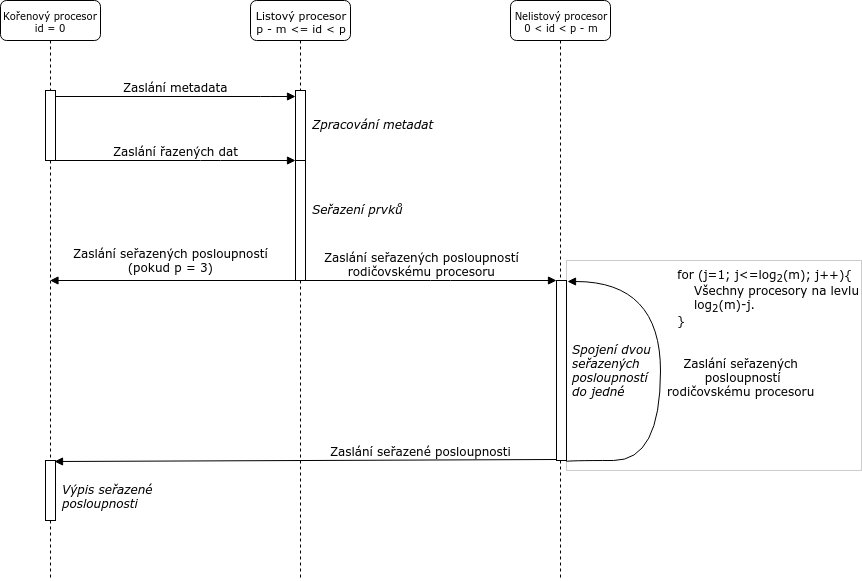
Before: proj1/doc/pics/seq.png, a diagram exported from draw.io (tomasblazek/PRL). Source tidied: cells renumbered, new cells last; positions are measured from the earlier drawing's top-left corner, leaving out a move shared by most shapes. Its diagram source:
```xml
<mxGraphModel background="#ffffff">
  <root>
    <mxCell id="0" />
    <mxCell id="1" parent="0" />
    <mxCell id="2" value="&lt;div style=&quot;text-align: left&quot;&gt;&lt;span&gt;for (j=1; j&amp;lt;=log&lt;/span&gt;&lt;sub&gt;2&lt;/sub&gt;&lt;span&gt;(m); j++){&lt;/span&gt;&lt;/div&gt;&lt;div style=&quot;text-align: left&quot;&gt;&lt;span&gt;&amp;nbsp; &amp;nbsp; Všechny procesory na levlu&lt;/span&gt;&lt;/div&gt;&lt;div style=&quot;text-align: left&quot;&gt;&lt;span&gt;&amp;nbsp; &amp;nbsp; log&lt;/span&gt;&lt;sub&gt;2&lt;/sub&gt;&lt;span&gt;(m)-j.&lt;/span&gt;&lt;/div&gt;&lt;div style=&quot;text-align: left&quot;&gt;&lt;span&gt;}&lt;/span&gt;&lt;/div&gt;" style="rounded=0;whiteSpace=wrap;html=1;verticalAlign=top;align=right;fontFamily=Verdana;rotation=0;shadow=0;comic=0;glass=0;strokeColor=#CCCCCC;" parent="1" vertex="1">
      <mxGeometry x="566" y="260" width="295" height="210" as="geometry" />
    </mxCell>
    <mxCell id="3" value="Listový procesor&lt;br style=&quot;font-size: 11px&quot;&gt;p - m &amp;lt;= id &amp;lt; p&lt;br style=&quot;font-size: 11px&quot;&gt;" style="shape=umlLifeline;perimeter=lifelinePerimeter;whiteSpace=wrap;html=1;rounded=1;shadow=0;comic=0;labelBackgroundColor=none;strokeColor=#000000;strokeWidth=1;fillColor=#FFFFFF;fontFamily=Verdana;fontSize=11;fontColor=#000000;align=center;spacingBottom=7;spacingTop=6;" parent="1" vertex="1">
      <mxGeometry x="250" width="100" height="580" as="geometry" />
    </mxCell>
    <mxCell id="4" style="html=1;points=[];perimeter=orthogonalPerimeter;rounded=0;shadow=0;comic=0;labelBackgroundColor=none;strokeColor=#000000;strokeWidth=1;fillColor=#FFFFFF;fontFamily=Verdana;fontSize=12;fontColor=#000000;align=center;" parent="3" vertex="1">
      <mxGeometry x="45" y="90" width="10" height="70" as="geometry" />
    </mxCell>
    <mxCell id="5" style="html=1;points=[];perimeter=orthogonalPerimeter;rounded=0;shadow=0;comic=0;labelBackgroundColor=none;strokeColor=#000000;strokeWidth=1;fillColor=#FFFFFF;fontFamily=Verdana;fontSize=12;fontColor=#000000;align=center;" parent="3" vertex="1">
      <mxGeometry x="45" y="160" width="10" height="120" as="geometry" />
    </mxCell>
    <mxCell id="6" value="Nelistový procesor&lt;br&gt;0 &amp;lt; id &amp;lt; p - m&lt;br&gt;" style="shape=umlLifeline;perimeter=lifelinePerimeter;whiteSpace=wrap;html=1;rounded=1;shadow=0;comic=0;labelBackgroundColor=none;strokeColor=#000000;strokeWidth=1;fillColor=#FFFFFF;fontFamily=Verdana;fontSize=10;fontColor=#000000;align=center;" parent="1" vertex="1">
      <mxGeometry x="510" width="100" height="580" as="geometry" />
    </mxCell>
    <mxCell id="7" style="html=1;points=[];perimeter=orthogonalPerimeter;rounded=0;shadow=0;comic=0;labelBackgroundColor=none;strokeColor=#000000;strokeWidth=1;fillColor=#FFFFFF;fontFamily=Verdana;fontSize=12;fontColor=#000000;align=center;" parent="6" vertex="1">
      <mxGeometry x="46" y="280" width="10" height="180" as="geometry" />
    </mxCell>
    <mxCell id="8" value="Zaslání seřazených&lt;br&gt;&amp;nbsp;posloupností&lt;br&gt;rodičovskému procesoru" style="html=1;verticalAlign=bottom;endArrow=block;labelBackgroundColor=none;fontFamily=Verdana;fontSize=12;elbow=vertical;edgeStyle=orthogonalEdgeStyle;curved=1;exitX=1.002;exitY=1.003;exitDx=0;exitDy=0;exitPerimeter=0;entryX=1.115;entryY=0.007;entryDx=0;entryDy=0;entryPerimeter=0;" parent="6" edge="1" source="7" target="7">
      <mxGeometry x="-0.16" y="-80" relative="1" as="geometry">
        <Array as="points">
          <mxPoint x="150" y="460" />
          <mxPoint x="150" y="281" />
        </Array>
      </mxGeometry>
    </mxCell>
    <mxCell id="9" value="Kořenový procesor&lt;br style=&quot;font-size: 10px;&quot;&gt;id = 0&lt;br style=&quot;font-size: 10px;&quot;&gt;" style="shape=umlLifeline;perimeter=lifelinePerimeter;whiteSpace=wrap;html=1;outlineConnect=0;rounded=1;shadow=0;comic=0;labelBackgroundColor=none;strokeColor=#000000;strokeWidth=1;fillColor=#FFFFFF;fontFamily=Verdana;fontSize=10;fontColor=#000000;align=center;" parent="1" vertex="1">
      <mxGeometry width="100" height="580" as="geometry" />
    </mxCell>
    <mxCell id="10" style="html=1;points=[];perimeter=orthogonalPerimeter;rounded=0;shadow=0;comic=0;labelBackgroundColor=none;strokeColor=#000000;strokeWidth=1;fillColor=#FFFFFF;fontFamily=Verdana;fontSize=12;fontColor=#000000;align=center;" parent="9" vertex="1">
      <mxGeometry x="45" y="90" width="10" height="70" as="geometry" />
    </mxCell>
    <mxCell id="11" style="html=1;points=[];perimeter=orthogonalPerimeter;rounded=0;shadow=0;comic=0;labelBackgroundColor=none;strokeColor=#000000;strokeWidth=1;fillColor=#FFFFFF;fontFamily=Verdana;fontSize=12;fontColor=#000000;align=center;" parent="9" vertex="1">
      <mxGeometry x="45" y="460" width="10" height="60" as="geometry" />
    </mxCell>
    <mxCell id="12" value="Zaslání seřazených posloupností&lt;br&gt;rodičovskému procesoru&lt;br&gt;" style="html=1;verticalAlign=bottom;endArrow=block;labelBackgroundColor=none;fontFamily=Verdana;fontSize=12;edgeStyle=elbowEdgeStyle;elbow=vertical;exitX=0.257;exitY=0.997;exitDx=0;exitDy=0;exitPerimeter=0;" parent="1" edge="1" source="5" target="7">
      <mxGeometry x="-0.05" relative="1" as="geometry">
        <Array as="points">
          <mxPoint x="440" y="280" />
          <mxPoint x="440" y="290" />
          <mxPoint x="430" y="290" />
          <mxPoint x="350" y="240" />
          <mxPoint x="320" y="190" />
          <mxPoint x="360" y="200" />
          <mxPoint x="327.5" y="140" />
        </Array>
      </mxGeometry>
    </mxCell>
    <mxCell id="13" value="Zaslání seřazené posloupnosti" style="html=1;verticalAlign=bottom;endArrow=block;labelBackgroundColor=none;fontFamily=Verdana;fontSize=12;exitX=-0.027;exitY=0.996;exitDx=0;exitDy=0;exitPerimeter=0;entryX=0.9;entryY=0.014;entryDx=0;entryDy=0;entryPerimeter=0;" parent="1" edge="1" source="7" target="11">
      <mxGeometry x="-0.18" y="-70" relative="1" as="geometry">
        <mxPoint x="70" y="70" as="offset" />
      </mxGeometry>
    </mxCell>
    <mxCell id="14" value="Zaslání metadata" style="html=1;verticalAlign=bottom;endArrow=block;labelBackgroundColor=none;fontFamily=Verdana;fontSize=12;edgeStyle=elbowEdgeStyle;elbow=vertical;" parent="1" edge="1" source="10" target="4">
      <mxGeometry relative="1" as="geometry">
        <Array as="points">
          <mxPoint x="270" y="96" />
        </Array>
      </mxGeometry>
    </mxCell>
    <mxCell id="15" value="Zaslání řazených dat" style="html=1;verticalAlign=bottom;endArrow=block;labelBackgroundColor=none;fontFamily=Verdana;fontSize=12;edgeStyle=elbowEdgeStyle;elbow=vertical;" parent="1" edge="1" source="10">
      <mxGeometry relative="1" as="geometry">
        <mxPoint x="295" y="160" as="targetPoint" />
        <Array as="points">
          <mxPoint x="210" y="160" />
          <mxPoint x="180" y="190" />
        </Array>
      </mxGeometry>
    </mxCell>
    <mxCell id="16" value="Zpracování metadat" style="text;html=1;align=left;verticalAlign=top;spacingTop=-4;fontFamily=Verdana;fontStyle=2;" parent="1" vertex="1">
      <mxGeometry x="310" y="115" width="120" height="20" as="geometry" />
    </mxCell>
    <mxCell id="17" value="Seřazení prvků" style="text;html=1;align=left;verticalAlign=top;spacingTop=-4;fontFamily=Verdana;fontStyle=2;" parent="1" vertex="1">
      <mxGeometry x="310" y="200" width="100" height="20" as="geometry" />
    </mxCell>
    <mxCell id="18" value="&lt;span&gt;Spojení dvou&lt;br&gt;seřazených &lt;br&gt;posloupností&lt;br&gt;do jedné&lt;br&gt;&lt;/span&gt;" style="text;html=1;align=left;verticalAlign=top;spacingTop=-4;fontFamily=Verdana;fontStyle=2;" parent="1" vertex="1">
      <mxGeometry x="570" y="340" width="90" height="60" as="geometry" />
    </mxCell>
    <mxCell id="19" value="Výpis seřazené&lt;br&gt;posloupnosti" style="text;html=1;align=left;verticalAlign=top;spacingTop=-4;fontFamily=Verdana;fontStyle=2;" parent="1" vertex="1">
      <mxGeometry x="60" y="480" width="110" height="30" as="geometry" />
    </mxCell>
    <mxCell id="20" value="Zaslání seřazených posloupností&lt;br&gt;(pokud p = 3)&lt;br&gt;&lt;br&gt;" style="html=1;verticalAlign=bottom;endArrow=block;labelBackgroundColor=none;fontFamily=Verdana;fontSize=12;edgeStyle=elbowEdgeStyle;elbow=vertical;exitX=-0.008;exitY=1.003;exitDx=0;exitDy=0;exitPerimeter=0;" parent="1" edge="1" source="5" target="9">
      <mxGeometry x="0.02" y="10" relative="1" as="geometry" />
    </mxCell>
  </root>
</mxGraphModel>
```
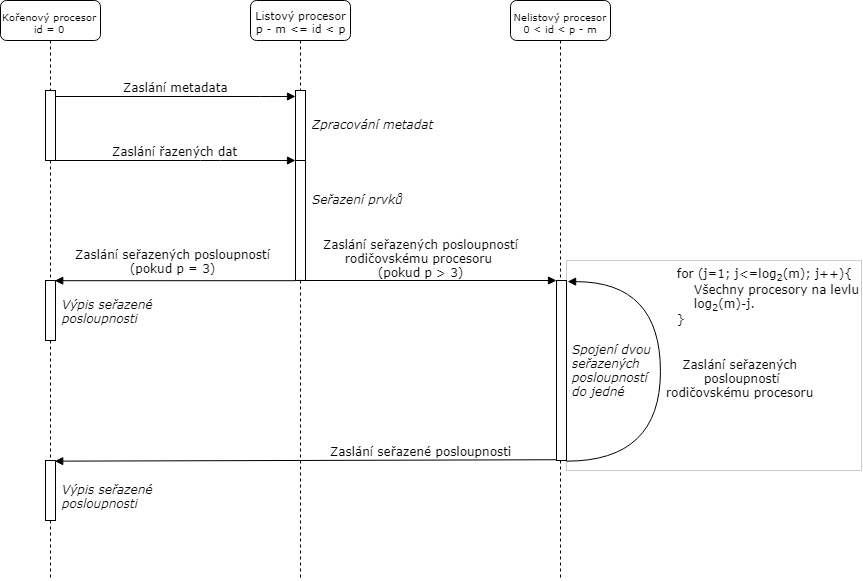
Later version of the same file.

The edit, as a diff of the source:
```diff
@@ -37,7 +37,10 @@
     <mxCell id="11" style="html=1;points=[];perimeter=orthogonalPerimeter;rounded=0;shadow=0;comic=0;labelBackgroundColor=none;strokeColor=#000000;strokeWidth=1;fillColor=#FFFFFF;fontFamily=Verdana;fontSize=12;fontColor=#000000;align=center;" parent="9" vertex="1">
       <mxGeometry x="45" y="460" width="10" height="60" as="geometry" />
     </mxCell>
+    <mxCell id="21" style="html=1;points=[];perimeter=orthogonalPerimeter;rounded=0;shadow=0;comic=0;labelBackgroundColor=none;strokeColor=#000000;strokeWidth=1;fillColor=#FFFFFF;fontFamily=Verdana;fontSize=12;fontColor=#000000;align=center;" parent="9" vertex="1">
+      <mxGeometry x="45" y="280" width="10" height="60" as="geometry" />
+    </mxCell>
-    <mxCell id="12" value="Zaslání seřazených posloupností&lt;br&gt;rodičovskému procesoru&lt;br&gt;" style="html=1;verticalAlign=bottom;endArrow=block;labelBackgroundColor=none;fontFamily=Verdana;fontSize=12;edgeStyle=elbowEdgeStyle;elbow=vertical;exitX=0.257;exitY=0.997;exitDx=0;exitDy=0;exitPerimeter=0;" parent="1" edge="1" source="5" target="7">
+    <mxCell id="12" value="Zaslání seřazených posloupností&lt;br&gt;rodičovskému procesoru&amp;nbsp;&lt;br&gt;(pokud p &amp;gt; 3)&lt;br&gt;" style="html=1;verticalAlign=bottom;endArrow=block;labelBackgroundColor=none;fontFamily=Verdana;fontSize=12;edgeStyle=elbowEdgeStyle;elbow=vertical;exitX=0.257;exitY=0.997;exitDx=0;exitDy=0;exitPerimeter=0;" parent="1" edge="1" source="5" target="7">
       <mxGeometry x="-0.05" relative="1" as="geometry">
         <Array as="points">
           <mxPoint x="440" y="280" />
@@ -75,7 +78,7 @@
       <mxGeometry x="310" y="115" width="120" height="20" as="geometry" />
     </mxCell>
     <mxCell id="17" value="Seřazení prvků" style="text;html=1;align=left;verticalAlign=top;spacingTop=-4;fontFamily=Verdana;fontStyle=2;" parent="1" vertex="1">
-      <mxGeometry x="310" y="200" width="100" height="20" as="geometry" />
+      <mxGeometry x="310" y="190" width="100" height="20" as="geometry" />
     </mxCell>
     <mxCell id="18" value="&lt;span&gt;Spojení dvou&lt;br&gt;seřazených &lt;br&gt;posloupností&lt;br&gt;do jedné&lt;br&gt;&lt;/span&gt;" style="text;html=1;align=left;verticalAlign=top;spacingTop=-4;fontFamily=Verdana;fontStyle=2;" parent="1" vertex="1">
       <mxGeometry x="570" y="340" width="90" height="60" as="geometry" />
@@ -83,8 +86,11 @@
     <mxCell id="19" value="Výpis seřazené&lt;br&gt;posloupnosti" style="text;html=1;align=left;verticalAlign=top;spacingTop=-4;fontFamily=Verdana;fontStyle=2;" parent="1" vertex="1">
       <mxGeometry x="60" y="480" width="110" height="30" as="geometry" />
     </mxCell>
-    <mxCell id="20" value="Zaslání seřazených posloupností&lt;br&gt;(pokud p = 3)&lt;br&gt;&lt;br&gt;" style="html=1;verticalAlign=bottom;endArrow=block;labelBackgroundColor=none;fontFamily=Verdana;fontSize=12;edgeStyle=elbowEdgeStyle;elbow=vertical;exitX=-0.008;exitY=1.003;exitDx=0;exitDy=0;exitPerimeter=0;" parent="1" edge="1" source="5" target="9">
+    <mxCell id="20" value="Zaslání seřazených posloupností&lt;br&gt;(pokud p = 3)&lt;br&gt;&lt;br&gt;" style="html=1;verticalAlign=bottom;endArrow=block;labelBackgroundColor=none;fontFamily=Verdana;fontSize=12;edgeStyle=elbowEdgeStyle;elbow=vertical;exitX=-0.008;exitY=1.003;exitDx=0;exitDy=0;exitPerimeter=0;entryX=0.944;entryY=0.003;entryDx=0;entryDy=0;entryPerimeter=0;" parent="1" edge="1" source="5" target="21">
       <mxGeometry x="0.02" y="10" relative="1" as="geometry" />
     </mxCell>
+    <mxCell id="22" value="Výpis seřazené&lt;br&gt;posloupnosti" style="text;html=1;align=left;verticalAlign=top;spacingTop=-4;fontFamily=Verdana;fontStyle=2;" parent="1" vertex="1">
+      <mxGeometry x="60" y="295" width="110" height="30" as="geometry" />
+    </mxCell>
   </root>
 </mxGraphModel>
```
